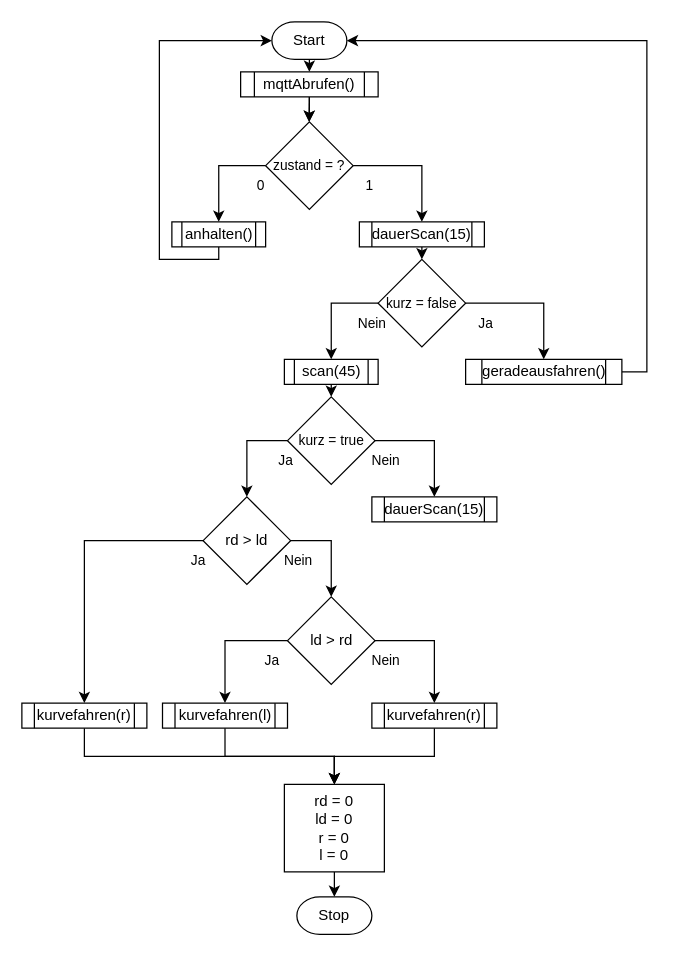
Above: ActualMain.drawio in DanielSteinhauser/lidar-auto (draw.io), before the change. Source tidied: cells renumbered, new cells numbered last; positions are measured from the earlier drawing's top-left corner, leaving out a move shared by most shapes. Both pictures are drawn from the tidied source at 125%, with x=0, y=0 at pixel (21, 21).
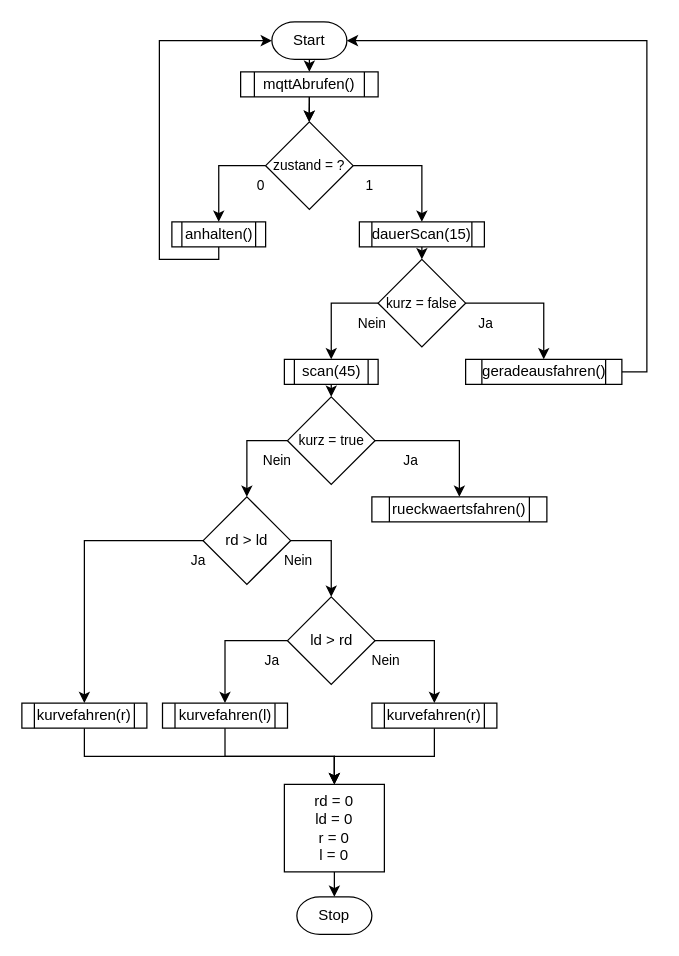
Above is the later version.

Unchanged cells that the change refers to:
```xml
<mxCell id="24" style="edgeStyle=orthogonalEdgeStyle;rounded=0;jettySize=auto;html=1;exitX=1;exitY=0.5;exitDx=0;exitDy=0;exitPerimeter=0;entryX=0.5;entryY=0;entryDx=0;entryDy=0;" parent="1" edge="1" source="28" target="29">
  <mxGeometry relative="1" as="geometry" />
</mxCell>
<mxCell id="26" style="edgeStyle=orthogonalEdgeStyle;rounded=0;jettySize=auto;html=1;exitX=0;exitY=0.5;exitDx=0;exitDy=0;exitPerimeter=0;entryX=0.5;entryY=0;entryDx=0;entryDy=0;entryPerimeter=0;" parent="1" edge="1" source="28" target="34">
  <mxGeometry relative="1" as="geometry" />
</mxCell>
```

What changed in the source:
```diff
@@
     <mxCell id="25" value="Nein" style="edgeLabel;html=1;align=center;verticalAlign=middle;" parent="24" vertex="1">
       <mxGeometry x="-0.62" y="-2" relative="1" as="geometry">
-        <mxPoint x="-10" y="13" as="offset" />
+        <mxPoint x="-100" y="13" as="offset" />
       </mxGeometry>
     </mxCell>
@@
     <mxCell id="27" value="Ja" style="edgeLabel;html=1;align=center;verticalAlign=middle;" parent="26" vertex="1">
       <mxGeometry x="-0.42" relative="1" as="geometry">
-        <mxPoint x="20" y="15" as="offset" />
+        <mxPoint x="120" y="15" as="offset" />
       </mxGeometry>
     </mxCell>
@@
-    <mxCell id="29" value="dauerScan(15)" style="shape=process;whiteSpace=wrap;html=1;backgroundOutline=1;rounded=0;strokeColor=default;strokeWidth=1;" parent="1" vertex="1">
-      <mxGeometry x="280" y="380" width="100" height="20" as="geometry" />
+    <mxCell id="29" value="rueckwaertsfahren()" style="shape=process;whiteSpace=wrap;html=1;backgroundOutline=1;rounded=0;strokeColor=default;strokeWidth=1;" parent="1" vertex="1">
+      <mxGeometry x="280" y="380" width="140" height="20" as="geometry" />
     </mxCell>
```
